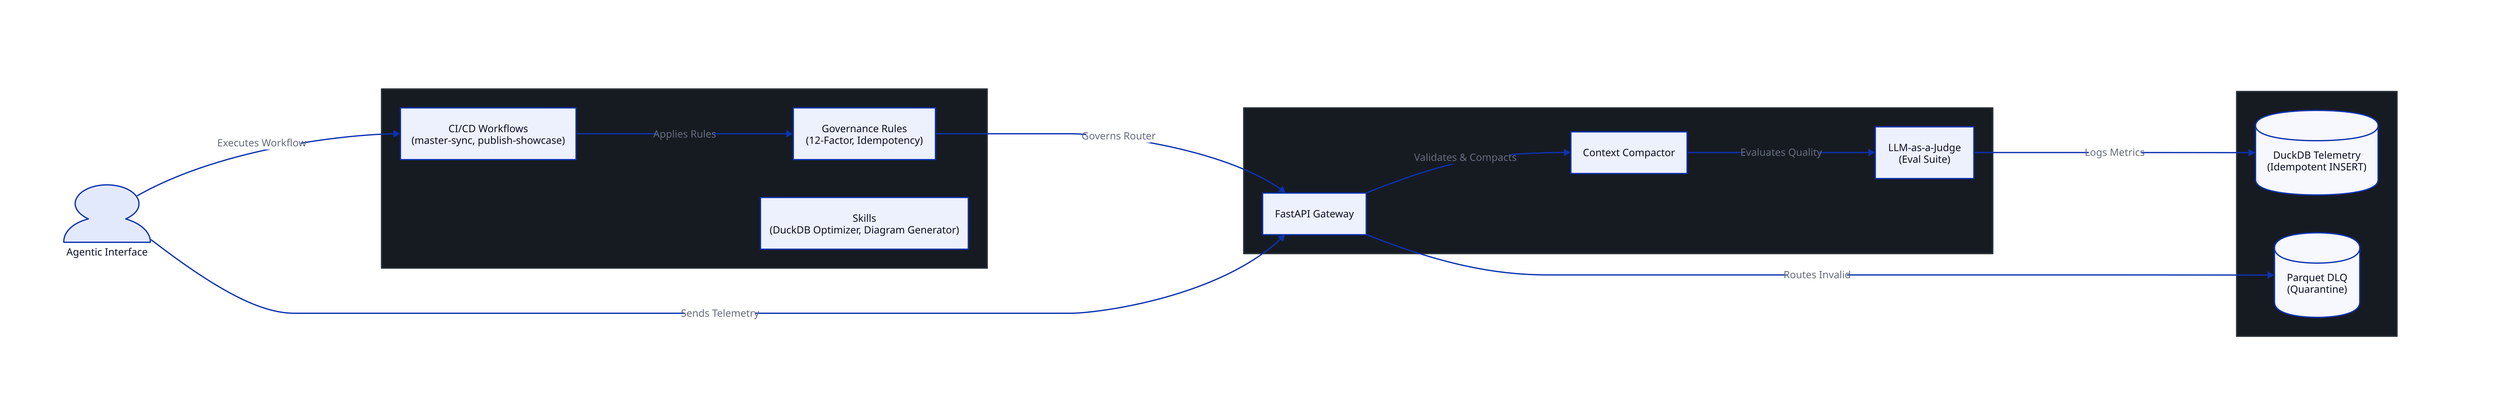
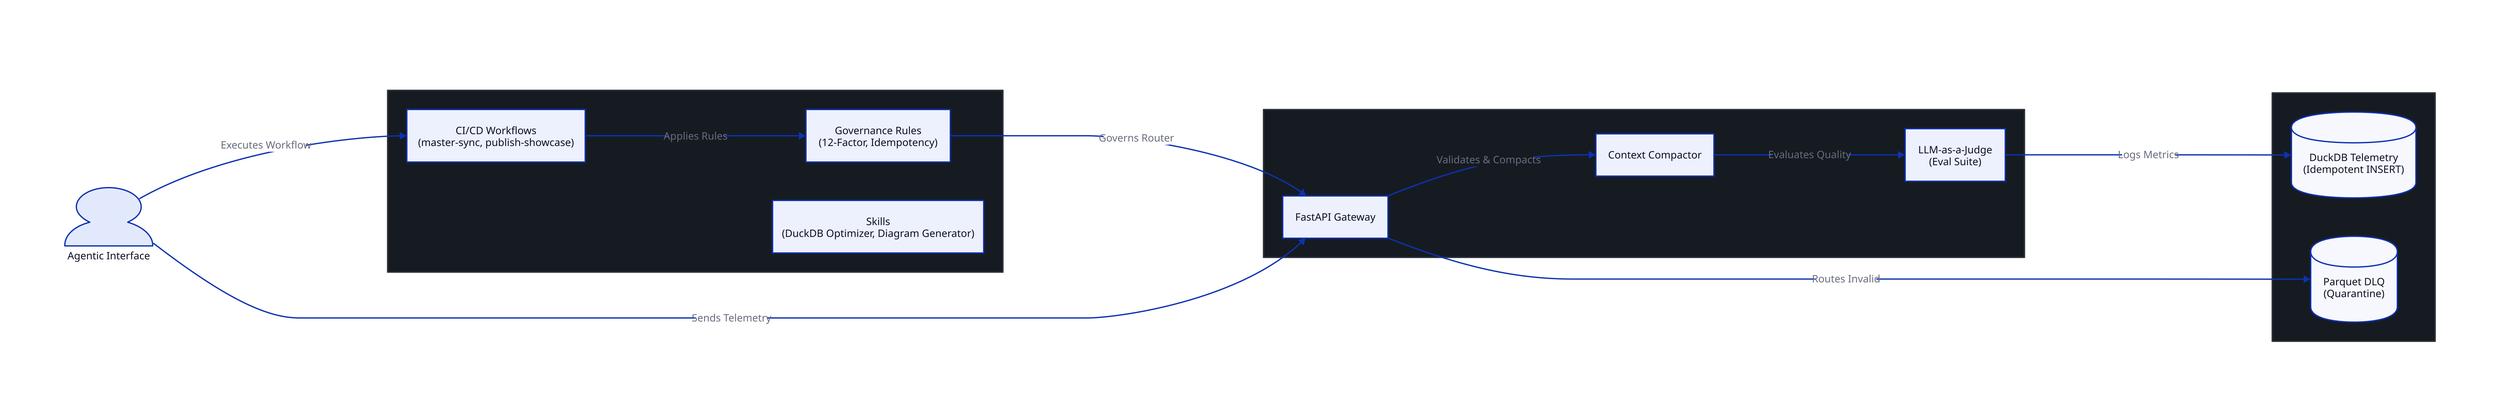
direction: right
classes: {
  dark: {
    style: {
      fill: "#0D1117"
      stroke: "#0D1117"
      font-color: "#FFFFFF"
      font-size: 24
    }
  }
  cluster: {
    style: {
      fill: "#161B22"
      stroke: "#30363D"
      font-color: "#FFFFFF"
    }
  }
}

user: "Agentic Interface" {
  shape: person
}

"Control Plane (.agents/)": {
  class: cluster
  rules: "Governance Rules\n(12-Factor, Idempotency)"
  workflows: "CI/CD Workflows\n(master-sync, publish-showcase)"
  skills: "Skills\n(DuckDB Optimizer, Diagram Generator)"
}

"Application (src/)": {
  class: cluster
  router: "FastAPI Gateway"
  compactor: "Context Compactor"
  judge: "LLM-as-a-Judge\n(Eval Suite)"
}

- "Data Plane (.antigravity/ & data/)": {
+ "Data Plane (data/)": {
  class: cluster
  duckdb: "DuckDB Telemetry\n(Idempotent INSERT)" {
    shape: cylinder
  }
  dlq: "Parquet DLQ\n(Quarantine)" {
    shape: cylinder
  }
}

user -> "Control Plane (.agents/)".workflows: "Executes Workflow"
"Control Plane (.agents/)".workflows -> "Control Plane (.agents/)".rules: "Applies Rules"
"Control Plane (.agents/)".rules -> "Application (src/)".router: "Governs Router"

user -> "Application (src/)".router: "Sends Telemetry"
"Application (src/)".router -> "Application (src/)".compactor: "Validates & Compacts"
"Application (src/)".compactor -> "Application (src/)".judge: "Evaluates Quality"

- "Application (src/)".judge -> "Data Plane (.antigravity/ & data/)".duckdb: "Logs Metrics"
- "Application (src/)".router -> "Data Plane (.antigravity/ & data/)".dlq: "Routes Invalid"
+ "Application (src/)".judge -> "Data Plane (data/)".duckdb: "Logs Metrics"
+ "Application (src/)".router -> "Data Plane (data/)".dlq: "Routes Invalid"
